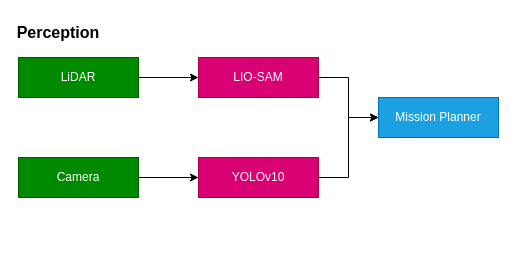
The draw.io diagram Perception Architecture Diagram .drawio in ArchimedesAutonomousVehicles/AAV-Perception, before the edit. Source tidied: cells renumbered, new cells numbered last; positions are measured from the earlier drawing's top-left corner, leaving out a move shared by most shapes. Both pictures are drawn from the tidied source at 100%, with x=0, y=0 at pixel (18, 17).
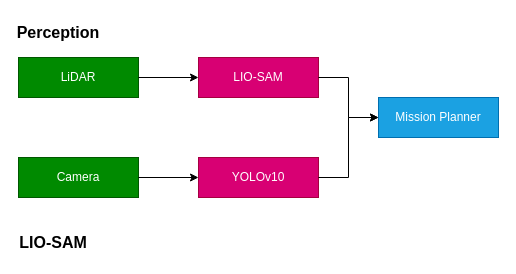
Above is the later version.

Diff of the diagram source:
```diff
@@
 <mxGraphModel>
   <root>
     <mxCell id="0" />
     <mxCell id="1" parent="0" />
     <mxCell id="2" value="LiDAR" style="rounded=0;whiteSpace=wrap;html=1;fillColor=#008a00;fontColor=#ffffff;strokeColor=#005700;" parent="1" vertex="1">
       <mxGeometry y="40" width="120" height="40" as="geometry" />
     </mxCell>
     <mxCell id="3" style="endArrow=classic;html=1;rounded=0;exitX=1;exitY=0.5;exitDx=0;exitDy=0;entryX=0;entryY=0.5;entryDx=0;entryDy=0;" parent="1" edge="1" source="2" target="4">
       <mxGeometry relative="1" as="geometry" />
     </mxCell>
     <mxCell id="4" value="LIO-SAM" style="rounded=0;whiteSpace=wrap;html=1;fillColor=#d80073;fontColor=#ffffff;strokeColor=#A50040;" parent="1" vertex="1">
       <mxGeometry x="180" y="40" width="120" height="40" as="geometry" />
     </mxCell>
     <mxCell id="5" value="Mission Planner" style="rounded=0;whiteSpace=wrap;html=1;fillColor=#1ba1e2;fontColor=#ffffff;strokeColor=#006EAF;" parent="1" vertex="1">
       <mxGeometry x="360" y="80" width="120" height="40" as="geometry" />
     </mxCell>
     <mxCell id="6" style="endArrow=classic;html=1;rounded=0;entryX=0;entryY=0.5;entryDx=0;entryDy=0;exitX=1;exitY=0.5;exitDx=0;exitDy=0;" parent="1" edge="1" source="4" target="5">
       <mxGeometry relative="1" as="geometry">
         <Array as="points">
           <mxPoint x="330" y="60" />
           <mxPoint x="330" y="100" />
         </Array>
       </mxGeometry>
     </mxCell>
     <mxCell id="7" value="Camera" style="rounded=0;whiteSpace=wrap;html=1;fillColor=#008a00;fontColor=#ffffff;strokeColor=#005700;" parent="1" vertex="1">
       <mxGeometry y="140" width="120" height="40" as="geometry" />
     </mxCell>
     <mxCell id="8" style="endArrow=classic;html=1;rounded=0;exitX=1;exitY=0.5;exitDx=0;exitDy=0;entryX=0;entryY=0.5;entryDx=0;entryDy=0;" parent="1" edge="1" source="7" target="9">
       <mxGeometry relative="1" as="geometry" />
     </mxCell>
     <mxCell id="9" value="YOLOv10" style="rounded=0;whiteSpace=wrap;html=1;fillColor=#d80073;fontColor=#ffffff;strokeColor=#A50040;" parent="1" vertex="1">
       <mxGeometry x="180" y="140" width="120" height="40" as="geometry" />
     </mxCell>
     <mxCell id="10" style="endArrow=classic;html=1;rounded=0;entryX=0;entryY=0.5;entryDx=0;entryDy=0;exitX=1;exitY=0.5;exitDx=0;exitDy=0;" parent="1" edge="1" source="9" target="5">
       <mxGeometry relative="1" as="geometry">
         <Array as="points">
           <mxPoint x="330" y="160" />
           <mxPoint x="330" y="100" />
         </Array>
       </mxGeometry>
     </mxCell>
     <mxCell id="11" value="&lt;font style=&quot;font-size: 16px;&quot;&gt;Perception&lt;/font&gt;" style="text;html=1;align=center;verticalAlign=middle;whiteSpace=wrap;rounded=0;fontStyle=1;" parent="1" vertex="1">
       <mxGeometry x="10" width="60" height="30" as="geometry" />
     </mxCell>
+    <mxCell id="12" value="&lt;font style=&quot;font-size: 16px;&quot;&gt;LIO-SAM&lt;/font&gt;" style="text;html=1;align=center;verticalAlign=middle;whiteSpace=wrap;rounded=0;fontStyle=1;" parent="1" vertex="1">
+      <mxGeometry y="210" width="70" height="30" as="geometry" />
+    </mxCell>
   </root>
 </mxGraphModel>
```
